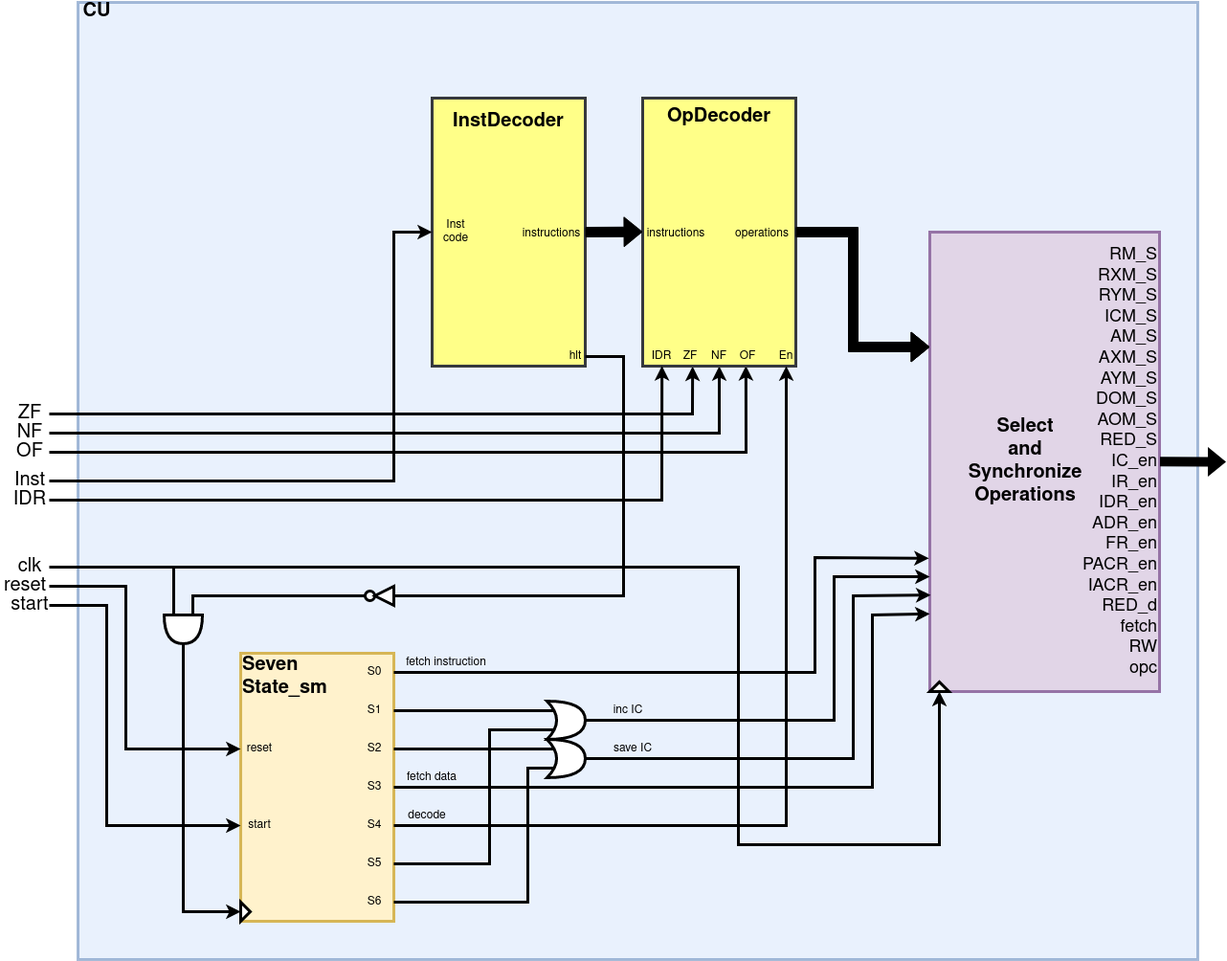
Before: other/diagrams/CU.png, a diagram exported from draw.io (dma-neves/dcpu). Source tidied: cells renumbered, new cells last; positions are measured from the earlier drawing's top-left corner, leaving out a move shared by most shapes.
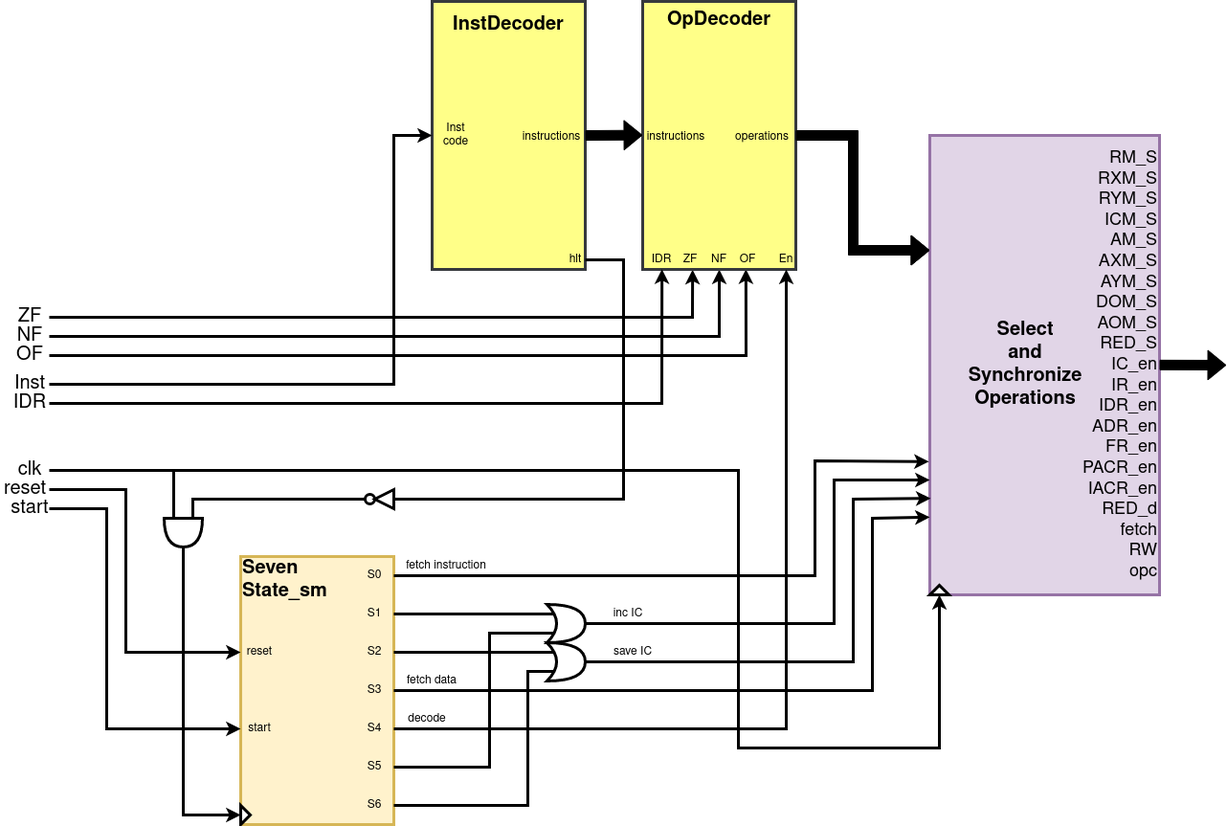
After the change.

Diff of the diagram source:
```diff
@@ -2,9 +2,6 @@
   <root>
     <mxCell id="0" />
     <mxCell id="1" parent="0" />
-    <mxCell id="2" style="rounded=0;whiteSpace=wrap;html=1;fillColor=#dae8fc;strokeColor=#6c8ebf;opacity=60;strokeWidth=3;" parent="1" vertex="1">
-      <mxGeometry x="80" width="1170" height="1000" as="geometry" />
-    </mxCell>
     <mxCell id="3" value="Inst" style="text;html=1;strokeColor=none;fillColor=none;align=center;verticalAlign=middle;whiteSpace=wrap;rounded=0;strokeWidth=3;fontSize=20;" parent="1" vertex="1">
       <mxGeometry x="10" y="490" width="40" height="20" as="geometry" />
     </mxCell>
@@ -193,9 +190,6 @@
         </Array>
       </mxGeometry>
     </mxCell>
-    <mxCell id="50" value="&lt;b style=&quot;font-size: 20px;&quot;&gt;CU&lt;/b&gt;" style="text;html=1;strokeColor=none;fillColor=none;align=center;verticalAlign=middle;whiteSpace=wrap;rounded=0;opacity=60;strokeWidth=3;fontSize=20;" parent="1" vertex="1">
-      <mxGeometry x="80" width="40" height="20" as="geometry" />
-    </mxCell>
     <mxCell id="51" value="hlt" style="text;html=1;strokeColor=none;fillColor=none;align=center;verticalAlign=middle;whiteSpace=wrap;rounded=0;strokeWidth=3;" parent="1" vertex="1">
       <mxGeometry x="590" y="360" width="20" height="20" as="geometry" />
     </mxCell>
```
